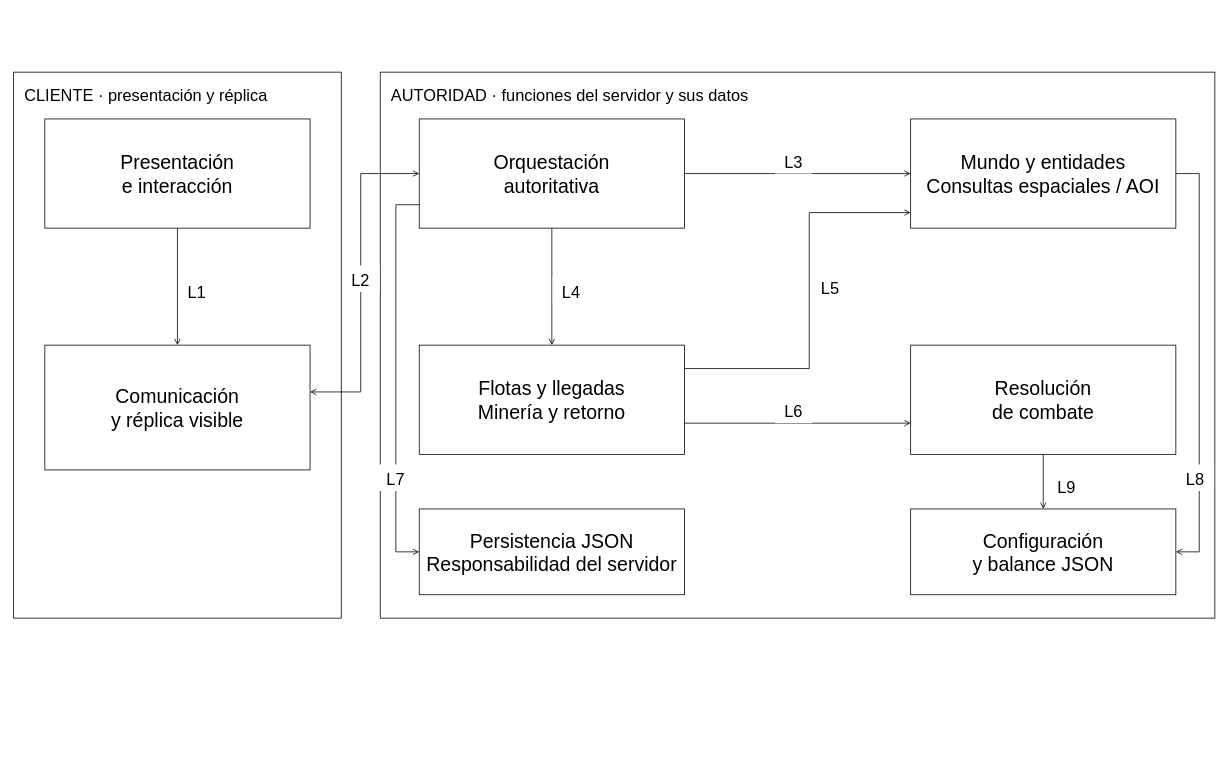
Drfiter/galactum-capstone-2026 keeps this draw.io diagram as Fase 2/Evidencias Proyecto (version Agil)/Arquitectura/Diagramas/Vista_Logica_Galactum.drawio. Above is the earlier version. Source tidied: cells renumbered, new cells numbered last; positions are measured from the earlier drawing's top-left corner, leaving out a move shared by most shapes. Both pictures are drawn from the tidied source at 78%, with x=0, y=0 at pixel (13, 72).
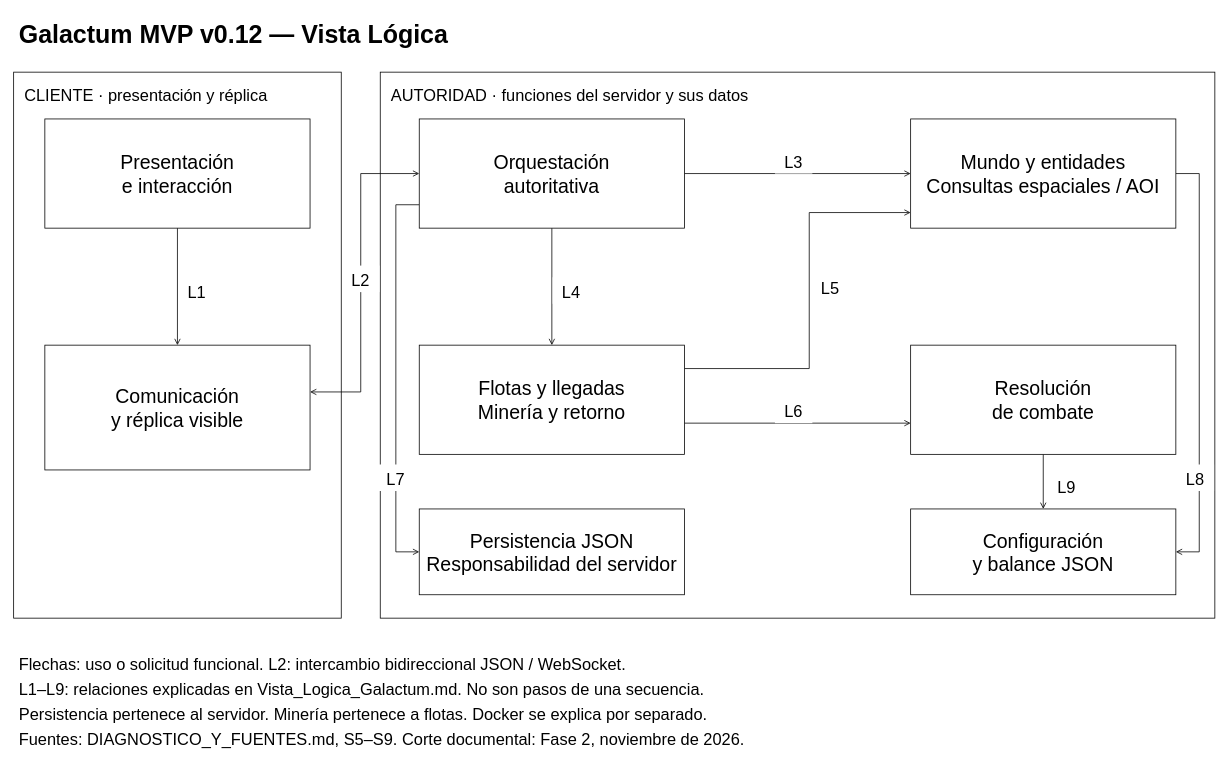
The same diagram, later.

Commit message (it also covers changes not shown here):
docs(arquitectura): diagramar componentes y dependencias verificadas

What changed in the source:
```diff
@@
+    <mxCell id="30" value="Galactum MVP v0.12 — Vista Lógica" style="text;html=0;align=left;fontSize=32;fontStyle=1;fontColor=#000000;" parent="1" vertex="1">
+      <mxGeometry x="5" y="-75" width="1530" height="50" as="geometry" />
+    </mxCell>
@@
+    <mxCell id="31" value="Flechas: uso o solicitud funcional. L2: intercambio bidireccional JSON / WebSocket." style="text;html=0;align=left;fontSize=21;fontColor=#000000;" parent="1" vertex="1">
+      <mxGeometry x="5" y="740" width="1530" height="32" as="geometry" />
+    </mxCell>
+    <mxCell id="32" value="L1–L9: relaciones explicadas en Vista_Logica_Galactum.md. No son pasos de una secuencia." style="text;html=0;align=left;fontSize=21;fontColor=#000000;" parent="1" vertex="1">
+      <mxGeometry x="5" y="772" width="1530" height="32" as="geometry" />
+    </mxCell>
+    <mxCell id="33" value="Persistencia pertenece al servidor. Minería pertenece a flotas. Docker se explica por separado." style="text;html=0;align=left;fontSize=21;fontColor=#000000;" parent="1" vertex="1">
+      <mxGeometry x="5" y="804" width="1530" height="32" as="geometry" />
+    </mxCell>
+    <mxCell id="34" value="Fuentes: DIAGNOSTICO_Y_FUENTES.md, S5–S9. Corte documental: Fase 2, noviembre de 2026." style="text;html=0;align=left;fontSize=21;fontColor=#000000;" parent="1" vertex="1">
+      <mxGeometry x="5" y="836" width="1530" height="32" as="geometry" />
+    </mxCell>
```
